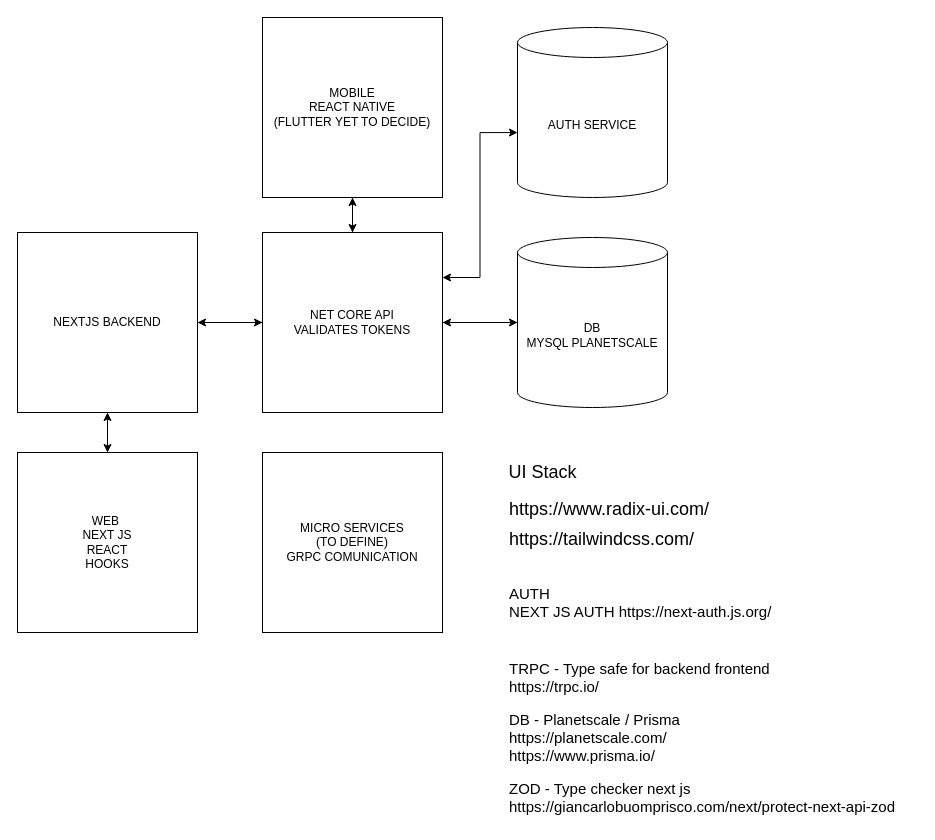
The draw.io diagram page "React Alternative" (1 of 2) of diagrams/GYM_STACK.drawio in emanulz/gym_ctl_planner, before the edit. Source tidied: cells renumbered, new cells numbered last; positions are measured from the earlier drawing's top-left corner, leaving out a move shared by most shapes. Both pictures are drawn from the tidied source at 100%, with x=0, y=0 at pixel (17, 17).
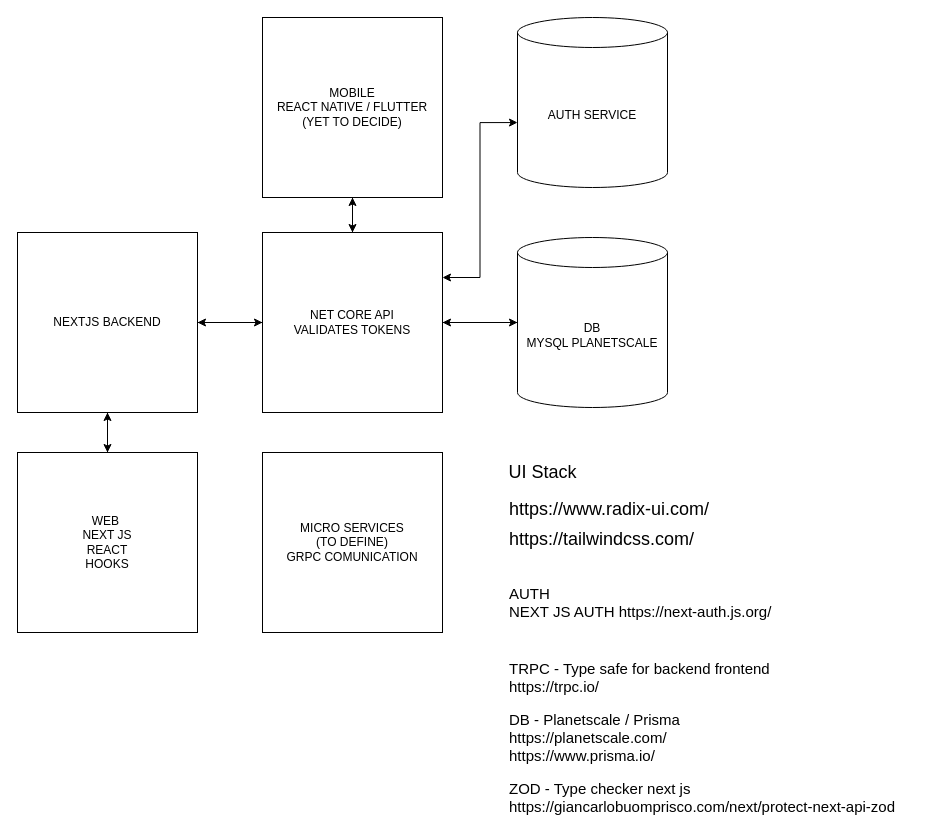
Above is the later version.

What changed in the source:
```diff
@@
-    <mxCell id="5" value="MOBILE&lt;br&gt;REACT NATIVE&lt;br&gt;(FLUTTER YET TO DECIDE)" style="whiteSpace=wrap;html=1;" parent="1" vertex="1">
+    <mxCell id="5" value="MOBILE&lt;br&gt;REACT NATIVE / FLUTTER (YET TO DECIDE)" style="whiteSpace=wrap;html=1;" parent="1" vertex="1">
       <mxGeometry x="245" width="180" height="180" as="geometry" />
     </mxCell>
     <mxCell id="6" value="AUTH SERVICE" style="shape=cylinder3;whiteSpace=wrap;html=1;boundedLbl=1;backgroundOutline=1;size=15;" parent="1" vertex="1">
-      <mxGeometry x="500" y="10" width="150" height="170" as="geometry" />
+      <mxGeometry x="500" width="150" height="170" as="geometry" />
     </mxCell>
```
